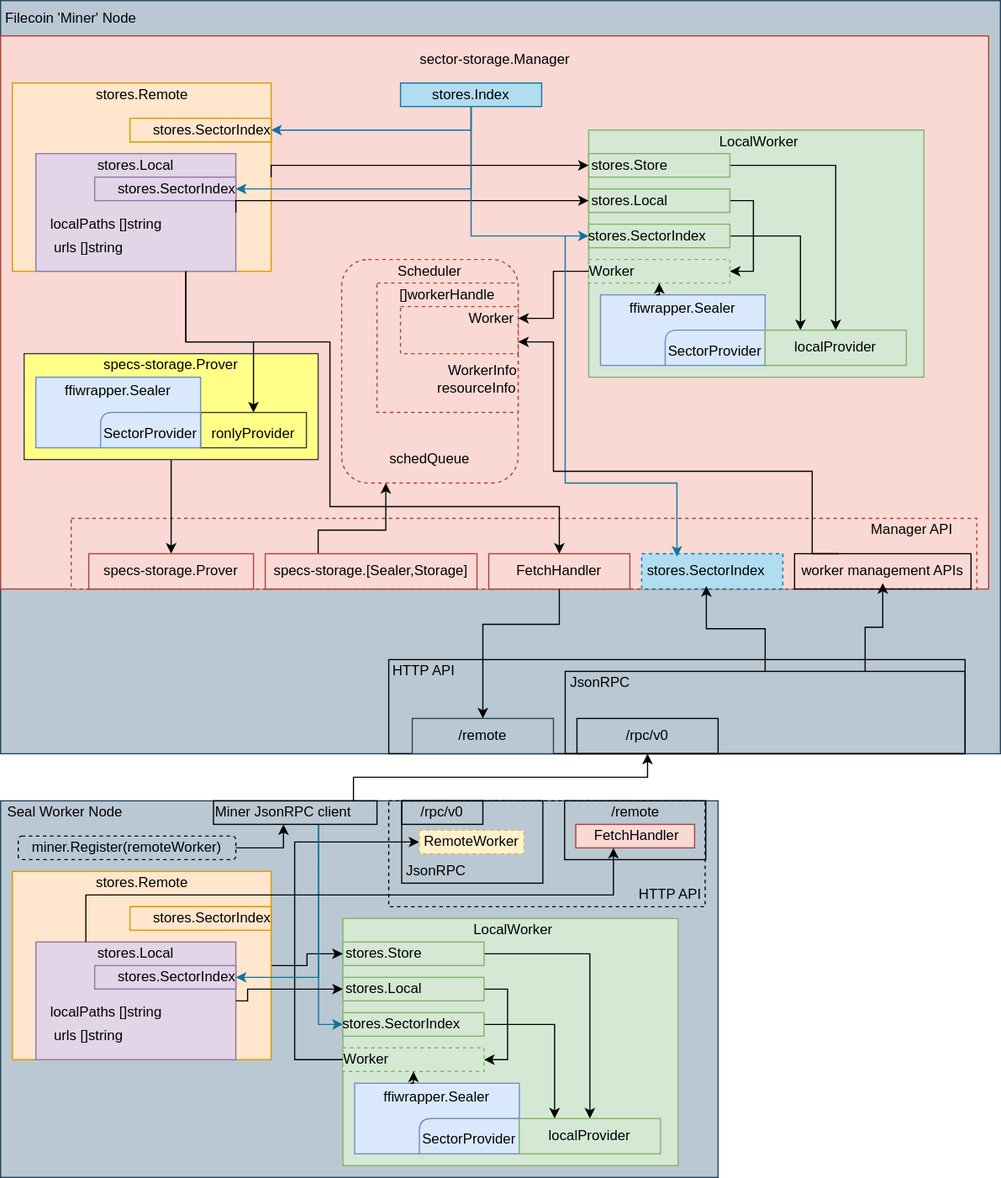
Before: storage/sealer/docs/sector-storage.svg, a diagram exported from draw.io (filecoin-project/lotus). Source tidied: cells renumbered, new cells last; positions are measured from the earlier drawing's top-left corner, leaving out a move shared by most shapes.
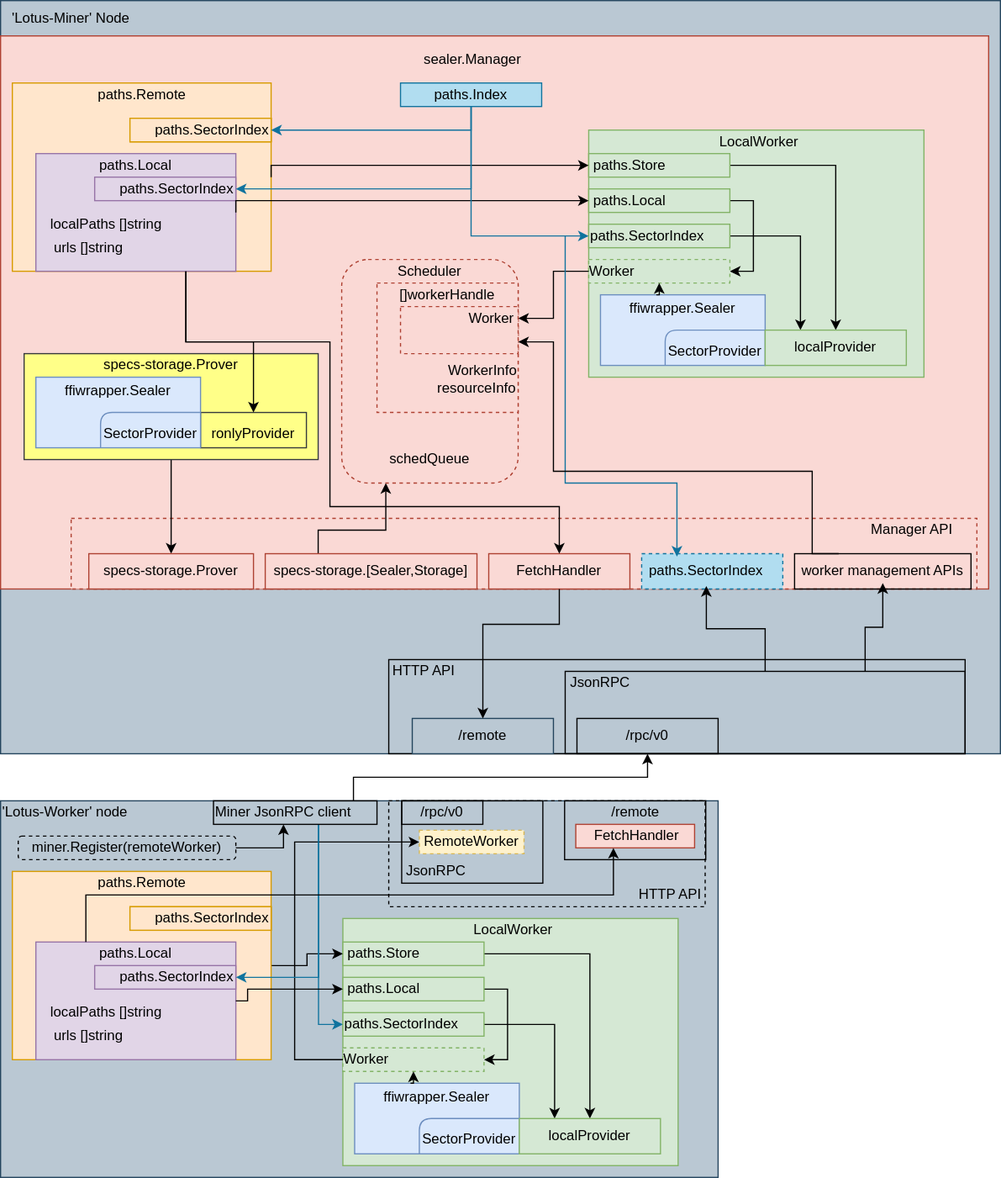
After the change.

Diff of the diagram source:
```diff
@@ -29,7 +29,7 @@
     <mxCell id="10" style="rounded=0;whiteSpace=wrap;html=1;fillColor=#d5e8d4;strokeColor=#82b366;" parent="1" vertex="1">
       <mxGeometry x="500" y="160" width="120" height="20" as="geometry" />
     </mxCell>
-    <mxCell id="11" value="stores.Local" style="text;html=1;strokeColor=none;fillColor=none;align=center;verticalAlign=middle;whiteSpace=wrap;rounded=0;" parent="1" vertex="1">
+    <mxCell id="11" value="paths.Local" style="text;html=1;strokeColor=none;fillColor=none;align=center;verticalAlign=middle;whiteSpace=wrap;rounded=0;" parent="1" vertex="1">
       <mxGeometry x="500" y="160" width="70" height="20" as="geometry" />
     </mxCell>
     <mxCell id="12" style="edgeStyle=orthogonalEdgeStyle;rounded=0;jettySize=auto;html=1;exitX=1;exitY=0.5;exitDx=0;exitDy=0;" parent="1" edge="1" source="13" target="27">
@@ -38,7 +38,7 @@
     <mxCell id="13" style="rounded=0;whiteSpace=wrap;html=1;fillColor=#d5e8d4;strokeColor=#82b366;" parent="1" vertex="1">
       <mxGeometry x="500" y="130" width="120" height="20" as="geometry" />
     </mxCell>
-    <mxCell id="14" value="stores.Store" style="text;html=1;strokeColor=none;fillColor=none;align=center;verticalAlign=middle;whiteSpace=wrap;rounded=0;" parent="1" vertex="1">
+    <mxCell id="14" value="paths.Store" style="text;html=1;strokeColor=none;fillColor=none;align=center;verticalAlign=middle;whiteSpace=wrap;rounded=0;" parent="1" vertex="1">
       <mxGeometry x="500" y="130" width="70" height="20" as="geometry" />
     </mxCell>
     <mxCell id="15" style="edgeStyle=orthogonalEdgeStyle;rounded=0;jettySize=auto;html=1;exitX=1;exitY=0.5;exitDx=0;exitDy=0;entryX=0.25;entryY=0;entryDx=0;entryDy=0;" parent="1" edge="1" source="16" target="27">
@@ -47,7 +47,7 @@
     <mxCell id="16" style="rounded=0;whiteSpace=wrap;html=1;fillColor=#d5e8d4;strokeColor=#82b366;" parent="1" vertex="1">
       <mxGeometry x="500" y="190" width="120" height="20" as="geometry" />
     </mxCell>
-    <mxCell id="17" value="stores.SectorIndex" style="text;html=1;strokeColor=none;fillColor=none;align=center;verticalAlign=middle;whiteSpace=wrap;rounded=0;" parent="1" vertex="1">
+    <mxCell id="17" value="paths.SectorIndex" style="text;html=1;strokeColor=none;fillColor=none;align=center;verticalAlign=middle;whiteSpace=wrap;rounded=0;" parent="1" vertex="1">
       <mxGeometry x="500" y="190" width="100" height="20" as="geometry" />
     </mxCell>
     <mxCell id="18" style="group;" parent="1" vertex="1">
@@ -105,7 +105,7 @@
     <mxCell id="34" style="rounded=0;whiteSpace=wrap;html=1;strokeColor=#d79b00;fillColor=#ffe6cc;" parent="33" vertex="1">
       <mxGeometry width="220" height="160" as="geometry" />
     </mxCell>
-    <mxCell id="35" value="&lt;div&gt;stores.Remote&lt;/div&gt;" style="text;html=1;strokeColor=none;fillColor=none;align=center;verticalAlign=middle;whiteSpace=wrap;rounded=0;" parent="33" vertex="1">
+    <mxCell id="35" value="&lt;div&gt;paths.Remote&lt;/div&gt;" style="text;html=1;strokeColor=none;fillColor=none;align=center;verticalAlign=middle;whiteSpace=wrap;rounded=0;" parent="33" vertex="1">
       <mxGeometry x="67.5" width="85" height="20" as="geometry" />
     </mxCell>
     <mxCell id="36" style="group;" parent="33" vertex="1">
@@ -117,13 +117,13 @@
     <mxCell id="38" style="rounded=0;whiteSpace=wrap;html=1;strokeColor=#9673a6;fillColor=#e1d5e7;" parent="37" vertex="1">
       <mxGeometry width="170" height="100" as="geometry" />
     </mxCell>
-    <mxCell id="39" value="stores.Local" style="text;html=1;strokeColor=none;fillColor=none;align=center;verticalAlign=middle;whiteSpace=wrap;rounded=0;" parent="37" vertex="1">
+    <mxCell id="39" value="paths.Local" style="text;html=1;strokeColor=none;fillColor=none;align=center;verticalAlign=middle;whiteSpace=wrap;rounded=0;" parent="37" vertex="1">
       <mxGeometry x="50" width="70" height="20" as="geometry" />
     </mxCell>
     <mxCell id="40" style="rounded=0;whiteSpace=wrap;html=1;fillColor=#e1d5e7;strokeColor=#9673a6;" parent="37" vertex="1">
       <mxGeometry x="50" y="20" width="120" height="20" as="geometry" />
     </mxCell>
-    <mxCell id="41" value="stores.SectorIndex" style="text;html=1;strokeColor=none;fillColor=none;align=center;verticalAlign=middle;whiteSpace=wrap;rounded=0;" parent="37" vertex="1">
+    <mxCell id="41" value="paths.SectorIndex" style="text;html=1;strokeColor=none;fillColor=none;align=center;verticalAlign=middle;whiteSpace=wrap;rounded=0;" parent="37" vertex="1">
       <mxGeometry x="70" y="20" width="100" height="20" as="geometry" />
     </mxCell>
     <mxCell id="42" value="&lt;div&gt;localPaths []string&lt;/div&gt;" style="text;html=1;strokeColor=none;fillColor=none;align=center;verticalAlign=middle;whiteSpace=wrap;rounded=0;" parent="37" vertex="1">
@@ -138,7 +138,7 @@
     <mxCell id="45" style="rounded=0;whiteSpace=wrap;html=1;fillColor=#ffe6cc;strokeColor=#d79b00;" parent="33" vertex="1">
       <mxGeometry x="100" y="30" width="120" height="20" as="geometry" />
     </mxCell>
-    <mxCell id="46" value="stores.SectorIndex" style="text;html=1;strokeColor=none;fillColor=none;align=center;verticalAlign=middle;whiteSpace=wrap;rounded=0;" parent="33" vertex="1">
+    <mxCell id="46" value="paths.SectorIndex" style="text;html=1;strokeColor=none;fillColor=none;align=center;verticalAlign=middle;whiteSpace=wrap;rounded=0;" parent="33" vertex="1">
       <mxGeometry x="120" y="30" width="100" height="20" as="geometry" />
     </mxCell>
     <mxCell id="47" style="edgeStyle=orthogonalEdgeStyle;rounded=0;jettySize=auto;html=1;exitX=1;exitY=0.5;exitDx=0;exitDy=0;entryX=0;entryY=0.5;entryDx=0;entryDy=0;" parent="1" edge="1" source="38" target="11">
@@ -187,7 +187,7 @@
     <mxCell id="58" style="rounded=0;whiteSpace=wrap;html=1;strokeColor=#10739e;fillColor=#b1ddf0;" parent="57" vertex="1">
       <mxGeometry width="120" height="20" as="geometry" />
     </mxCell>
-    <mxCell id="59" value="stores.Index" style="text;html=1;strokeColor=none;fillColor=none;align=center;verticalAlign=middle;whiteSpace=wrap;rounded=0;" parent="57" vertex="1">
+    <mxCell id="59" value="paths.Index" style="text;html=1;strokeColor=none;fillColor=none;align=center;verticalAlign=middle;whiteSpace=wrap;rounded=0;" parent="57" vertex="1">
       <mxGeometry width="120" height="20" as="geometry" />
     </mxCell>
     <mxCell id="60" style="edgeStyle=orthogonalEdgeStyle;rounded=0;jettySize=auto;html=1;exitX=0.5;exitY=1;exitDx=0;exitDy=0;entryX=1;entryY=0.5;entryDx=0;entryDy=0;fillColor=#b1ddf0;strokeColor=#10739e;" parent="56" edge="1" source="59" target="46">
@@ -304,11 +304,11 @@
     <mxCell id="90" style="edgeStyle=orthogonalEdgeStyle;rounded=0;jettySize=auto;html=1;exitX=0.5;exitY=1;exitDx=0;exitDy=0;entryX=0.5;entryY=0;entryDx=0;entryDy=0;startArrow=classic;startFill=1;endArrow=none;endFill=0;strokeColor=#000000;" parent="1" edge="1" source="91" target="104">
       <mxGeometry relative="1" as="geometry" />
     </mxCell>
-    <mxCell id="91" value="stores.SectorIndex" style="text;html=1;strokeColor=none;fillColor=none;align=center;verticalAlign=middle;whiteSpace=wrap;rounded=0;dashed=1;" parent="1" vertex="1">
+    <mxCell id="91" value="paths.SectorIndex" style="text;html=1;strokeColor=none;fillColor=none;align=center;verticalAlign=middle;whiteSpace=wrap;rounded=0;dashed=1;" parent="1" vertex="1">
       <mxGeometry x="550" y="472.5" width="100" height="25" as="geometry" />
     </mxCell>
-    <mxCell id="92" value="sector-storage.Manager" style="text;html=1;strokeColor=none;fillColor=none;align=center;verticalAlign=middle;whiteSpace=wrap;rounded=0;dashed=1;" parent="1" vertex="1">
-      <mxGeometry x="347.5" y="40" width="145" height="20" as="geometry" />
+    <mxCell id="92" value="sealer.Manager" style="text;html=1;strokeColor=none;fillColor=none;align=center;verticalAlign=middle;whiteSpace=wrap;rounded=0;dashed=1;" parent="1" vertex="1">
+      <mxGeometry x="328.5" y="40" width="145" height="20" as="geometry" />
     </mxCell>
     <mxCell id="93" style="rounded=0;jettySize=auto;elbow=vertical;html=1;exitX=0.25;exitY=0;exitDx=0;exitDy=0;entryX=1;entryY=0.75;entryDx=0;entryDy=0;endArrow=classic;endFill=1;strokeColor=#000000;edgeStyle=orthogonalEdgeStyle;" parent="1" edge="1" source="94" target="82">
       <mxGeometry relative="1" as="geometry">
@@ -329,7 +329,7 @@
     <mxCell id="96" value="worker management APIs" style="text;html=1;strokeColor=none;fillColor=none;align=center;verticalAlign=middle;whiteSpace=wrap;rounded=0;" parent="1" vertex="1">
       <mxGeometry x="675" y="475" width="150" height="20" as="geometry" />
     </mxCell>
-    <mxCell id="97" value="Filecoin 'Miner' Node" style="text;html=1;strokeColor=none;fillColor=none;align=center;verticalAlign=middle;whiteSpace=wrap;rounded=0;" parent="1" vertex="1">
+    <mxCell id="97" value="'Lotus-Miner' Node" style="text;html=1;strokeColor=none;fillColor=none;align=center;verticalAlign=middle;whiteSpace=wrap;rounded=0;" parent="1" vertex="1">
       <mxGeometry width="120" height="30" as="geometry" />
     </mxCell>
     <mxCell id="98" style="rounded=0;whiteSpace=wrap;html=1;strokeColor=#000000;fillColor=none;" parent="1" vertex="1">
@@ -379,7 +379,7 @@
     <mxCell id="111" style="rounded=0;whiteSpace=wrap;html=1;fillColor=#d5e8d4;strokeColor=#82b366;" parent="1" vertex="1">
       <mxGeometry x="291" y="830" width="120" height="20" as="geometry" />
     </mxCell>
-    <mxCell id="112" value="stores.Local" style="text;html=1;strokeColor=none;fillColor=none;align=center;verticalAlign=middle;whiteSpace=wrap;rounded=0;" parent="1" vertex="1">
+    <mxCell id="112" value="paths.Local" style="text;html=1;strokeColor=none;fillColor=none;align=center;verticalAlign=middle;whiteSpace=wrap;rounded=0;" parent="1" vertex="1">
       <mxGeometry x="291" y="830" width="70" height="20" as="geometry" />
     </mxCell>
     <mxCell id="113" style="edgeStyle=orthogonalEdgeStyle;rounded=0;jettySize=auto;html=1;exitX=1;exitY=0.5;exitDx=0;exitDy=0;" parent="1" edge="1" source="114" target="130">
@@ -391,7 +391,7 @@
     <mxCell id="115" style="edgeStyle=orthogonalEdgeStyle;rounded=0;jettySize=auto;html=1;exitX=0;exitY=0.5;exitDx=0;exitDy=0;entryX=1;entryY=0.5;entryDx=0;entryDy=0;startArrow=classic;startFill=1;endArrow=none;endFill=0;strokeColor=#000000;" parent="1" edge="1" source="116" target="136">
       <mxGeometry relative="1" as="geometry" />
     </mxCell>
-    <mxCell id="116" value="stores.Store" style="text;html=1;strokeColor=none;fillColor=none;align=center;verticalAlign=middle;whiteSpace=wrap;rounded=0;" parent="1" vertex="1">
+    <mxCell id="116" value="paths.Store" style="text;html=1;strokeColor=none;fillColor=none;align=center;verticalAlign=middle;whiteSpace=wrap;rounded=0;" parent="1" vertex="1">
       <mxGeometry x="291" y="800" width="70" height="20" as="geometry" />
     </mxCell>
     <mxCell id="117" style="edgeStyle=orthogonalEdgeStyle;rounded=0;jettySize=auto;html=1;exitX=1;exitY=0.5;exitDx=0;exitDy=0;entryX=0.25;entryY=0;entryDx=0;entryDy=0;" parent="1" edge="1" source="118" target="130">
@@ -403,7 +403,7 @@
     <mxCell id="119" style="edgeStyle=orthogonalEdgeStyle;rounded=0;jettySize=auto;html=1;exitX=0;exitY=0.5;exitDx=0;exitDy=0;entryX=0.75;entryY=1;entryDx=0;entryDy=0;startArrow=classic;startFill=1;endArrow=none;endFill=0;strokeColor=#10739e;fillColor=#b1ddf0;" parent="1" edge="1" source="120" target="151">
       <mxGeometry relative="1" as="geometry" />
     </mxCell>
-    <mxCell id="120" value="stores.SectorIndex" style="text;html=1;strokeColor=none;fillColor=none;align=center;verticalAlign=middle;whiteSpace=wrap;rounded=0;" parent="1" vertex="1">
+    <mxCell id="120" value="paths.SectorIndex" style="text;html=1;strokeColor=none;fillColor=none;align=center;verticalAlign=middle;whiteSpace=wrap;rounded=0;" parent="1" vertex="1">
       <mxGeometry x="291" y="860" width="100" height="20" as="geometry" />
     </mxCell>
     <mxCell id="121" style="group;" parent="1" vertex="1">
@@ -463,13 +463,13 @@
     <mxCell id="136" style="rounded=0;whiteSpace=wrap;html=1;strokeColor=#d79b00;fillColor=#ffe6cc;" parent="1" vertex="1">
       <mxGeometry x="10" y="740" width="220" height="160" as="geometry" />
     </mxCell>
-    <mxCell id="137" value="&lt;div&gt;stores.Remote&lt;/div&gt;" style="text;html=1;strokeColor=none;fillColor=none;align=center;verticalAlign=middle;whiteSpace=wrap;rounded=0;" parent="1" vertex="1">
+    <mxCell id="137" value="&lt;div&gt;paths.Remote&lt;/div&gt;" style="text;html=1;strokeColor=none;fillColor=none;align=center;verticalAlign=middle;whiteSpace=wrap;rounded=0;" parent="1" vertex="1">
       <mxGeometry x="77.5" y="740" width="85" height="20" as="geometry" />
     </mxCell>
     <mxCell id="138" style="rounded=0;whiteSpace=wrap;html=1;strokeColor=#9673a6;fillColor=#e1d5e7;" parent="1" vertex="1">
       <mxGeometry x="30" y="800" width="170" height="100" as="geometry" />
     </mxCell>
-    <mxCell id="139" value="stores.Local" style="text;html=1;strokeColor=none;fillColor=none;align=center;verticalAlign=middle;whiteSpace=wrap;rounded=0;" parent="1" vertex="1">
+    <mxCell id="139" value="paths.Local" style="text;html=1;strokeColor=none;fillColor=none;align=center;verticalAlign=middle;whiteSpace=wrap;rounded=0;" parent="1" vertex="1">
       <mxGeometry x="80" y="800" width="70" height="20" as="geometry" />
     </mxCell>
     <mxCell id="140" style="rounded=0;whiteSpace=wrap;html=1;fillColor=#e1d5e7;strokeColor=#9673a6;" parent="1" vertex="1">
@@ -478,7 +478,7 @@
     <mxCell id="141" style="edgeStyle=orthogonalEdgeStyle;rounded=0;jettySize=auto;html=1;exitX=1;exitY=0.5;exitDx=0;exitDy=0;entryX=0.75;entryY=1;entryDx=0;entryDy=0;startArrow=classic;startFill=1;endArrow=none;endFill=0;strokeColor=#10739e;fillColor=#b1ddf0;" parent="1" edge="1" source="142" target="151">
       <mxGeometry relative="1" as="geometry" />
     </mxCell>
-    <mxCell id="142" value="stores.SectorIndex" style="text;html=1;strokeColor=none;fillColor=none;align=center;verticalAlign=middle;whiteSpace=wrap;rounded=0;" parent="1" vertex="1">
+    <mxCell id="142" value="paths.SectorIndex" style="text;html=1;strokeColor=none;fillColor=none;align=center;verticalAlign=middle;whiteSpace=wrap;rounded=0;" parent="1" vertex="1">
       <mxGeometry x="100" y="820" width="100" height="20" as="geometry" />
     </mxCell>
     <mxCell id="143" value="&lt;div&gt;localPaths []string&lt;/div&gt;" style="text;html=1;strokeColor=none;fillColor=none;align=center;verticalAlign=middle;whiteSpace=wrap;rounded=0;" parent="1" vertex="1">
@@ -493,7 +493,7 @@
     <mxCell id="146" style="rounded=0;whiteSpace=wrap;html=1;fillColor=#ffe6cc;strokeColor=#d79b00;" parent="1" vertex="1">
       <mxGeometry x="110" y="770" width="120" height="20" as="geometry" />
     </mxCell>
-    <mxCell id="147" value="stores.SectorIndex" style="text;html=1;strokeColor=none;fillColor=none;align=center;verticalAlign=middle;whiteSpace=wrap;rounded=0;" parent="1" vertex="1">
+    <mxCell id="147" value="paths.SectorIndex" style="text;html=1;strokeColor=none;fillColor=none;align=center;verticalAlign=middle;whiteSpace=wrap;rounded=0;" parent="1" vertex="1">
       <mxGeometry x="130" y="770" width="100" height="20" as="geometry" />
     </mxCell>
     <mxCell id="148" style="edgeStyle=orthogonalEdgeStyle;rounded=0;jettySize=auto;html=1;entryX=1;entryY=0.5;entryDx=0;entryDy=0;" parent="1" edge="1" target="147">
@@ -556,7 +556,7 @@
         </Array>
       </mxGeometry>
     </mxCell>
-    <mxCell id="164" value="Seal Worker Node" style="text;html=1;strokeColor=none;fillColor=none;align=center;verticalAlign=middle;whiteSpace=wrap;rounded=0;" parent="1" vertex="1">
+    <mxCell id="164" value="'Lotus-Worker' node" style="text;html=1;strokeColor=none;fillColor=none;align=center;verticalAlign=middle;whiteSpace=wrap;rounded=0;" parent="1" vertex="1">
       <mxGeometry y="680" width="110" height="20" as="geometry" />
     </mxCell>
   </root>
```
